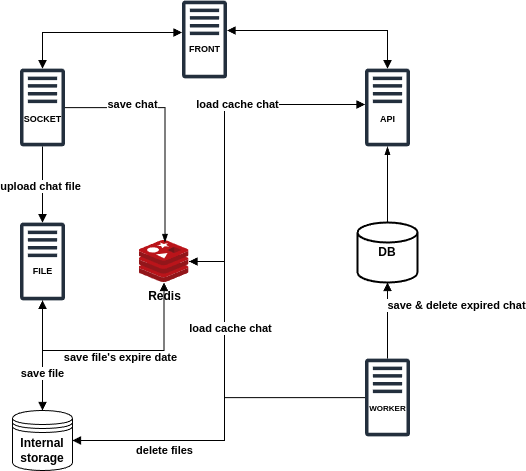
0vollov0/chatting-server keeps this draw.io diagram as readme_assets/system_architecture.png. Above is the earlier version. Source tidied: cells renumbered, new cells last; positions are measured from the earlier drawing's top-left corner, leaving out a move shared by most shapes.
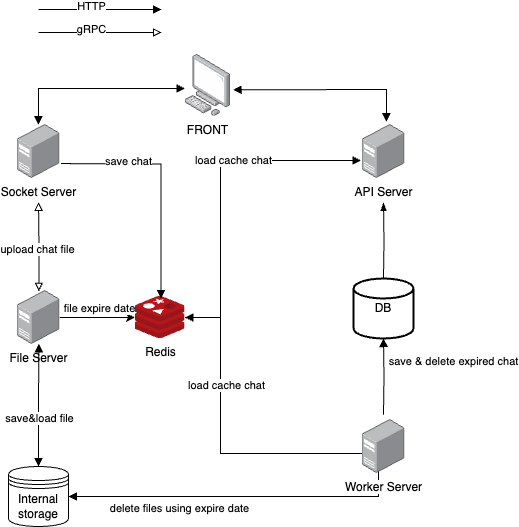
After the commit.

What changed in the source:
```diff
@@ -2,156 +2,151 @@
   <root>
     <mxCell id="0" />
     <mxCell id="1" parent="0" />
-    <mxCell id="2" style="edgeStyle=orthogonalEdgeStyle;rounded=0;jettySize=auto;html=1;endArrow=block;endFill=1;" parent="1" edge="1" source="4" target="31">
+    <mxCell id="2" style="edgeStyle=orthogonalEdgeStyle;rounded=0;jettySize=auto;html=1;endArrow=block;endFill=1;" parent="1" edge="1" source="4">
       <mxGeometry relative="1" as="geometry">
+        <mxPoint x="352.5" y="104" as="targetPoint" />
         <Array as="points">
           <mxPoint x="212" y="261" />
           <mxPoint x="212" y="104" />
         </Array>
       </mxGeometry>
     </mxCell>
-    <mxCell id="3" value="load cache chat" style="edgeLabel;html=1;align=center;verticalAlign=middle;fontStyle=1;" parent="2" vertex="1">
+    <mxCell id="3" value="load cache chat" style="edgeLabel;html=1;align=center;verticalAlign=middle;fontStyle=0;" parent="2" vertex="1">
       <mxGeometry x="0.23" relative="1" as="geometry" />
     </mxCell>
-    <mxCell id="4" value="Redis" style="image;sketch=0;html=1;points=[];align=center;fontSize=12;image=img/lib/mscae/Cache_Redis_Product.svg;fontStyle=1;" parent="1" vertex="1">
+    <mxCell id="4" value="Redis" style="image;sketch=0;html=1;points=[];align=center;fontSize=12;image=img/lib/mscae/Cache_Redis_Product.svg;fontStyle=0;" parent="1" vertex="1">
       <mxGeometry x="126.5" y="240" width="50" height="42" as="geometry" />
     </mxCell>
-    <mxCell id="5" value="Internal storage" style="shape=datastore;whiteSpace=wrap;html=1;fontStyle=1;" parent="1" vertex="1">
+    <mxCell id="5" value="Internal storage" style="shape=datastore;whiteSpace=wrap;html=1;fontStyle=0;" parent="1" vertex="1">
       <mxGeometry y="410" width="60" height="60" as="geometry" />
     </mxCell>
-    <mxCell id="6" value="DB" style="strokeWidth=2;html=1;shape=mxgraph.flowchart.database;whiteSpace=wrap;fontStyle=1;" parent="1" vertex="1">
+    <mxCell id="6" value="DB" style="strokeWidth=2;html=1;shape=mxgraph.flowchart.database;whiteSpace=wrap;fontStyle=0;fillColor=default;" parent="1" vertex="1">
       <mxGeometry x="345" y="222" width="60" height="60" as="geometry" />
     </mxCell>
-    <mxCell id="7" style="edgeStyle=orthogonalEdgeStyle;rounded=0;jettySize=auto;html=1;entryX=1;entryY=0.5;entryDx=0;entryDy=0;endArrow=block;endFill=1;" parent="1" edge="1" source="37" target="5">
+    <mxCell id="7" style="edgeStyle=orthogonalEdgeStyle;rounded=0;jettySize=auto;html=1;entryX=1;entryY=0.5;entryDx=0;entryDy=0;endArrow=block;endFill=1;" parent="1" edge="1" target="5">
       <mxGeometry relative="1" as="geometry">
+        <mxPoint x="352.5" y="397.1" as="sourcePoint" />
         <Array as="points">
-          <mxPoint x="212" y="397" />
-          <mxPoint x="212" y="440" />
+          <mxPoint x="370" y="397" />
+          <mxPoint x="370" y="440" />
         </Array>
       </mxGeometry>
     </mxCell>
-    <mxCell id="8" value="delete files" style="edgeLabel;html=1;align=center;verticalAlign=middle;fontStyle=1;" parent="7" vertex="1">
+    <mxCell id="8" value="delete files using expire date" style="edgeLabel;html=1;align=center;verticalAlign=middle;fontStyle=0;" parent="7" vertex="1">
       <mxGeometry x="0.08" relative="1" as="geometry">
         <mxPoint x="-60" y="12" as="offset" />
       </mxGeometry>
     </mxCell>
-    <mxCell id="9" style="edgeStyle=orthogonalEdgeStyle;rounded=0;jettySize=auto;html=1;endArrow=block;endFill=1;" parent="1" edge="1" source="37" target="4">
+    <mxCell id="9" style="edgeStyle=orthogonalEdgeStyle;rounded=0;jettySize=auto;html=1;endArrow=block;endFill=1;" parent="1" edge="1" target="4">
       <mxGeometry relative="1" as="geometry">
+        <mxPoint x="352.5" y="397.1" as="sourcePoint" />
         <Array as="points">
           <mxPoint x="212" y="397" />
           <mxPoint x="212" y="261" />
         </Array>
       </mxGeometry>
     </mxCell>
-    <mxCell id="10" value="load cache chat" style="edgeLabel;html=1;align=center;verticalAlign=middle;fontStyle=1;" parent="9" vertex="1">
+    <mxCell id="10" value="load cache chat" style="edgeLabel;html=1;align=center;verticalAlign=middle;fontStyle=0;" parent="9" vertex="1">
       <mxGeometry x="-0.24" y="-1" relative="1" as="geometry">
         <mxPoint x="-16" y="-68" as="offset" />
       </mxGeometry>
     </mxCell>
-    <mxCell id="11" style="edgeStyle=orthogonalEdgeStyle;rounded=0;jettySize=auto;html=1;endArrow=block;endFill=1;" parent="1" edge="1" source="28" target="34">
-      <mxGeometry relative="1" as="geometry" />
+    <mxCell id="11" style="edgeStyle=orthogonalEdgeStyle;rounded=0;jettySize=auto;html=1;endArrow=block;endFill=0;strokeColor=default;startArrow=block;startFill=0;entryX=0.508;entryY=0.015;entryDx=0;entryDy=0;entryPerimeter=0;" parent="1" edge="1" target="45">
+      <mxGeometry relative="1" as="geometry">
+        <mxPoint x="30" y="145.8" as="sourcePoint" />
+      </mxGeometry>
     </mxCell>
-    <mxCell id="12" value="upload chat file" style="edgeLabel;html=1;align=center;verticalAlign=middle;fontStyle=1;" parent="11" vertex="1">
+    <mxCell id="12" value="upload chat file" style="edgeLabel;html=1;align=center;verticalAlign=middle;fontStyle=0;" parent="11" vertex="1">
       <mxGeometry x="0.05" y="-3" relative="1" as="geometry">
         <mxPoint x="1" as="offset" />
       </mxGeometry>
     </mxCell>
-    <mxCell id="13" style="edgeStyle=orthogonalEdgeStyle;rounded=0;jettySize=auto;html=1;entryX=0.5;entryY=0;entryDx=0;entryDy=0;endArrow=block;endFill=1;startArrow=block;startFill=1;" parent="1" edge="1" source="34" target="5">
-      <mxGeometry relative="1" as="geometry" />
-    </mxCell>
-    <mxCell id="14" value="save file" style="edgeLabel;html=1;align=center;verticalAlign=middle;fontStyle=1;" parent="13" vertex="1">
-      <mxGeometry x="-0.13" relative="1" as="geometry">
-        <mxPoint y="25" as="offset" />
-      </mxGeometry>
-    </mxCell>
-    <mxCell id="15" style="edgeStyle=orthogonalEdgeStyle;rounded=0;jettySize=auto;html=1;endArrow=block;endFill=1;" parent="1" edge="1" source="34" target="4">
-      <mxGeometry relative="1" as="geometry">
-        <Array as="points">
-          <mxPoint x="30.5" y="350" />
-          <mxPoint x="151.5" y="350" />
-        </Array>
-      </mxGeometry>
-    </mxCell>
-    <mxCell id="16" value="save file's expire date" style="edgeLabel;html=1;align=center;verticalAlign=middle;fontStyle=1;" parent="15" vertex="1">
-      <mxGeometry x="-0.03" y="-1" relative="1" as="geometry">
-        <mxPoint x="11" y="6" as="offset" />
-      </mxGeometry>
-    </mxCell>
-    <mxCell id="17" style="edgeStyle=orthogonalEdgeStyle;rounded=0;jettySize=auto;html=1;entryX=0.5;entryY=1;entryDx=0;entryDy=0;entryPerimeter=0;endArrow=block;endFill=1;startArrow=none;startFill=0;" parent="1" edge="1" source="37" target="6">
-      <mxGeometry relative="1" as="geometry" />
+    <mxCell id="17" style="edgeStyle=orthogonalEdgeStyle;rounded=0;jettySize=auto;html=1;entryX=0.5;entryY=1;entryDx=0;entryDy=0;entryPerimeter=0;endArrow=block;endFill=1;startArrow=none;startFill=0;" parent="1" edge="1" target="6">
+      <mxGeometry relative="1" as="geometry">
+        <mxPoint x="375" y="358.2" as="sourcePoint" />
+      </mxGeometry>
     </mxCell>
-    <mxCell id="18" value="save &amp;amp; delete expired chat" style="edgeLabel;html=1;align=center;verticalAlign=middle;fontStyle=1;" parent="17" vertex="1">
+    <mxCell id="18" value="save &amp;amp; delete expired chat" style="edgeLabel;html=1;align=center;verticalAlign=middle;fontStyle=0;" parent="17" vertex="1">
       <mxGeometry x="-0.03" relative="1" as="geometry">
         <mxPoint x="69" y="-16" as="offset" />
       </mxGeometry>
     </mxCell>
-    <mxCell id="19" style="edgeStyle=orthogonalEdgeStyle;rounded=0;jettySize=auto;html=1;entryX=0.52;entryY=0.048;entryDx=0;entryDy=0;entryPerimeter=0;endArrow=blockThin;endFill=1;" parent="1" edge="1" source="28" target="4">
-      <mxGeometry relative="1" as="geometry" />
+    <mxCell id="19" style="edgeStyle=orthogonalEdgeStyle;rounded=0;jettySize=auto;html=1;entryX=0.52;entryY=0.048;entryDx=0;entryDy=0;entryPerimeter=0;endArrow=block;endFill=1;" parent="1" edge="1" target="4">
+      <mxGeometry relative="1" as="geometry">
+        <mxPoint x="52.5" y="107.1" as="sourcePoint" />
+      </mxGeometry>
     </mxCell>
-    <mxCell id="20" value="save chat" style="edgeLabel;html=1;align=center;verticalAlign=middle;fontStyle=1;" parent="19" vertex="1">
+    <mxCell id="20" value="save chat" style="edgeLabel;html=1;align=center;verticalAlign=middle;fontStyle=0;" parent="19" vertex="1">
       <mxGeometry x="-0.43" y="3" relative="1" as="geometry" />
     </mxCell>
-    <mxCell id="21" style="edgeStyle=orthogonalEdgeStyle;rounded=0;jettySize=auto;html=1;entryX=0.5;entryY=0;entryDx=0;entryDy=0;entryPerimeter=0;endArrow=none;endFill=0;startArrow=blockThin;startFill=1;" parent="1" edge="1" source="31" target="6">
-      <mxGeometry relative="1" as="geometry" />
+    <mxCell id="21" style="edgeStyle=orthogonalEdgeStyle;rounded=0;jettySize=auto;html=1;entryX=0.5;entryY=0;entryDx=0;entryDy=0;entryPerimeter=0;endArrow=none;endFill=0;startArrow=blockThin;startFill=1;" parent="1" edge="1" target="6">
+      <mxGeometry relative="1" as="geometry">
+        <mxPoint x="375" y="145.8" as="sourcePoint" />
+      </mxGeometry>
     </mxCell>
-    <mxCell id="22" style="edgeStyle=orthogonalEdgeStyle;rounded=0;jettySize=auto;html=1;endArrow=block;endFill=1;startArrow=block;startFill=1;" parent="1" edge="1" source="25" target="28">
+    <mxCell id="22" style="edgeStyle=orthogonalEdgeStyle;rounded=0;jettySize=auto;html=1;endArrow=block;endFill=1;startArrow=block;startFill=1;" parent="1" edge="1" source="26">
       <mxGeometry relative="1" as="geometry">
+        <mxPoint x="30" y="68.2" as="targetPoint" />
         <Array as="points">
           <mxPoint x="30" y="32" />
         </Array>
       </mxGeometry>
     </mxCell>
-    <mxCell id="23" style="edgeStyle=orthogonalEdgeStyle;rounded=0;jettySize=auto;html=1;endArrow=block;endFill=1;startArrow=block;startFill=1;" parent="1" edge="1" source="25" target="31">
+    <mxCell id="23" style="rounded=0;orthogonalLoop=1;jettySize=auto;html=1;endArrow=block;endFill=1;startArrow=block;startFill=1;exitX=0.987;exitY=0.62;exitDx=0;exitDy=0;exitPerimeter=0;" parent="1" edge="1">
       <mxGeometry relative="1" as="geometry">
+        <mxPoint x="224.5" y="33.3" as="sourcePoint" />
+        <mxPoint x="378" y="65.2" as="targetPoint" />
         <Array as="points">
-          <mxPoint x="375" y="30" />
+          <mxPoint x="378" y="33" />
         </Array>
       </mxGeometry>
     </mxCell>
-    <mxCell id="24" style="group;" parent="1" vertex="1">
-      <mxGeometry x="167" width="49" height="78" as="geometry" />
-    </mxCell>
-    <mxCell id="25" style="sketch=0;outlineConnect=0;fontColor=#232F3E;gradientColor=none;fillColor=#232F3D;strokeColor=none;dashed=0;verticalLabelPosition=bottom;verticalAlign=top;align=center;html=1;fontSize=12;fontStyle=1;shape=mxgraph.aws4.traditional_server;" parent="24" vertex="1">
-      <mxGeometry x="2.5" width="45" height="78" as="geometry" />
-    </mxCell>
+    <mxCell id="39" style="endArrow=block;html=1;rounded=0;endFill=1;" parent="1" edge="1">
+      <mxGeometry relative="1" as="geometry">
+        <mxPoint x="30" y="-47" as="sourcePoint" />
+        <mxPoint x="153" y="-47" as="targetPoint" />
+      </mxGeometry>
+    </mxCell>
+    <mxCell id="40" value="HTTP" style="edgeLabel;html=1;align=center;verticalAlign=middle;" parent="39" vertex="1">
+      <mxGeometry x="-0.14" y="3" relative="1" as="geometry" />
+    </mxCell>
+    <mxCell id="41" style="endArrow=block;html=1;rounded=0;endFill=0;" parent="1" edge="1">
+      <mxGeometry relative="1" as="geometry">
+        <mxPoint x="30" y="-24" as="sourcePoint" />
+        <mxPoint x="153" y="-24" as="targetPoint" />
+      </mxGeometry>
+    </mxCell>
+    <mxCell id="42" value="gRPC" style="edgeLabel;html=1;align=center;verticalAlign=middle;" parent="41" vertex="1">
+      <mxGeometry x="-0.14" y="3" relative="1" as="geometry" />
+    </mxCell>
-    <mxCell id="26" value="FRONT" style="text;html=1;align=center;verticalAlign=middle;points=[];strokeColor=none;fillColor=none;fontSize=9;fontStyle=1;" parent="24" vertex="1">
-      <mxGeometry y="37" width="49" height="23" as="geometry" />
+    <mxCell id="26" value="FRONT" style="image;points=[];html=1;align=center;shadow=0;dashed=0;image=img/lib/allied_telesis/computer_and_terminals/Personal_Computer.svg;" parent="1" vertex="1">
+      <mxGeometry x="176.5" y="-2" width="45.6" height="61.8" as="geometry" />
     </mxCell>
-    <mxCell id="27" style="group;" parent="1" vertex="1">
-      <mxGeometry x="2.5" y="68" width="55" height="78" as="geometry" />
-    </mxCell>
-    <mxCell id="28" style="sketch=0;outlineConnect=0;fontColor=#232F3E;gradientColor=none;fillColor=#232F3D;strokeColor=none;dashed=0;verticalLabelPosition=bottom;verticalAlign=top;align=center;html=1;fontSize=12;fontStyle=1;shape=mxgraph.aws4.traditional_server;" parent="27" vertex="1">
-      <mxGeometry x="5" width="45" height="78" as="geometry" />
-    </mxCell>
-    <mxCell id="29" value="SOCKET" style="text;html=1;align=center;verticalAlign=middle;strokeColor=none;fillColor=none;fontSize=9;fontStyle=1;" parent="27" vertex="1">
-      <mxGeometry y="39" width="55" height="23" as="geometry" />
-    </mxCell>
-    <mxCell id="30" style="group;" parent="1" vertex="1">
-      <mxGeometry x="352.5" y="68" width="45" height="78" as="geometry" />
-    </mxCell>
-    <mxCell id="31" style="sketch=0;outlineConnect=0;fontColor=#232F3E;gradientColor=none;fillColor=#232F3D;strokeColor=none;dashed=0;verticalLabelPosition=bottom;verticalAlign=top;align=center;html=1;fontSize=12;fontStyle=1;shape=mxgraph.aws4.traditional_server;" parent="30" vertex="1">
-      <mxGeometry width="45" height="78" as="geometry" />
-    </mxCell>
-    <mxCell id="32" value="API" style="text;html=1;align=center;verticalAlign=middle;strokeColor=none;fillColor=none;fontSize=9;fontStyle=1;" parent="30" vertex="1">
-      <mxGeometry x="6" y="39" width="33" height="23" as="geometry" />
-    </mxCell>
-    <mxCell id="33" style="group;" parent="1" vertex="1">
-      <mxGeometry x="7.5" y="222" width="45" height="78" as="geometry" />
-    </mxCell>
-    <mxCell id="34" style="sketch=0;outlineConnect=0;fontColor=#232F3E;gradientColor=none;fillColor=#232F3D;strokeColor=none;dashed=0;verticalLabelPosition=bottom;verticalAlign=top;align=center;html=1;fontSize=12;fontStyle=1;shape=mxgraph.aws4.traditional_server;" parent="33" vertex="1">
-      <mxGeometry width="45" height="78" as="geometry" />
-    </mxCell>
-    <mxCell id="35" value="FILE" style="text;html=1;align=center;verticalAlign=middle;strokeColor=none;fillColor=none;fontSize=9;fontStyle=1;" parent="33" vertex="1">
-      <mxGeometry x="4" y="37" width="37" height="23" as="geometry" />
-    </mxCell>
-    <mxCell id="36" style="group;" parent="1" vertex="1">
-      <mxGeometry x="348" y="358" width="54" height="78" as="geometry" />
-    </mxCell>
-    <mxCell id="37" style="sketch=0;outlineConnect=0;fontColor=#232F3E;gradientColor=none;fillColor=#232F3D;strokeColor=none;dashed=0;verticalLabelPosition=bottom;verticalAlign=top;align=center;html=1;fontSize=12;fontStyle=1;shape=mxgraph.aws4.traditional_server;" parent="36" vertex="1">
-      <mxGeometry x="4.5" width="45" height="78" as="geometry" />
-    </mxCell>
-    <mxCell id="38" value="WORKER" style="text;html=1;align=center;verticalAlign=middle;strokeColor=none;fillColor=none;fontSize=8;fontStyle=1;" parent="36" vertex="1">
-      <mxGeometry y="39" width="54" height="22" as="geometry" />
-    </mxCell>
+    <mxCell id="43" style="edgeStyle=orthogonalEdgeStyle;rounded=0;jettySize=auto;html=1;" parent="1" edge="1" source="45" target="4">
+      <mxGeometry relative="1" as="geometry" />
+    </mxCell>
+    <mxCell id="44" value="file expire date" style="edgeLabel;html=1;align=center;verticalAlign=middle;" parent="43" vertex="1">
+      <mxGeometry x="-0.09" y="-3" relative="1" as="geometry">
+        <mxPoint x="5" y="-12" as="offset" />
+      </mxGeometry>
+    </mxCell>
+    <mxCell id="45" value="File Server" style="image;points=[];html=1;align=center;shadow=0;dashed=0;image=img/lib/allied_telesis/computer_and_terminals/Server_Desktop.svg;" parent="1" vertex="1">
+      <mxGeometry x="8.7" y="234" width="42.6" height="54" as="geometry" />
+    </mxCell>
+    <mxCell id="46" value="Socket Server" style="image;html=1;align=center;shadow=0;dashed=0;image=img/lib/allied_telesis/computer_and_terminals/Server_Desktop.svg;" parent="1" vertex="1">
+      <mxGeometry x="8.7" y="68" width="42.6" height="54" as="geometry" />
+    </mxCell>
+    <mxCell id="47" value="API Server" style="image;html=1;align=center;shadow=0;dashed=0;image=img/lib/allied_telesis/computer_and_terminals/Server_Desktop.svg;fontStyle=0;" parent="1" vertex="1">
+      <mxGeometry x="353.7" y="68" width="42.6" height="54" as="geometry" />
+    </mxCell>
+    <mxCell id="48" value="Worker Server" style="image;html=1;align=center;shadow=0;dashed=0;image=img/lib/allied_telesis/computer_and_terminals/Server_Desktop.svg;" parent="1" vertex="1">
+      <mxGeometry x="353.7" y="363" width="42.6" height="54" as="geometry" />
+    </mxCell>
+    <mxCell id="49" style="edgeStyle=orthogonalEdgeStyle;rounded=0;jettySize=auto;html=1;entryX=0.508;entryY=0.988;entryDx=0;entryDy=0;entryPerimeter=0;endArrow=block;endFill=1;startArrow=block;startFill=1;" parent="1" edge="1" source="5" target="45">
+      <mxGeometry relative="1" as="geometry" />
+    </mxCell>
+    <mxCell id="50" value="save&amp;amp;load file" style="edgeLabel;html=1;align=center;verticalAlign=middle;" parent="49" vertex="1">
+      <mxGeometry x="-0.21" y="-1" relative="1" as="geometry" />
+    </mxCell>
   </root>
 </mxGraphModel>
```
